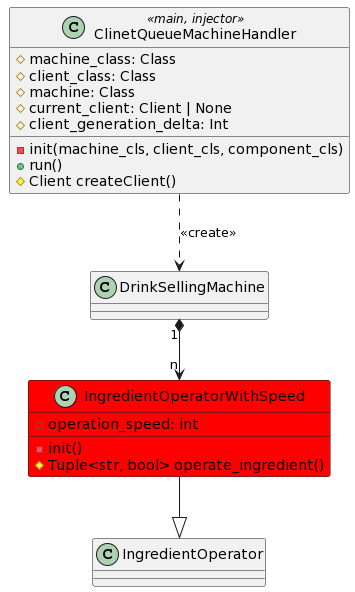
Before: ext1/ext1.png, a diagram exported from PlantUML (alexglekov/ppvis-glekov-drinks-selling-machine-uml). Its diagram source:
```plantuml
@startuml
class ClinetQueueMachineHandler <<main, injector>> {
  # machine_class: Class
  # client_class: Class
  # machine: Class
  # current_client: Client | None
  # client_generation_delta: Int

  - init(machine_cls, client_cls, component_cls)
  + run()
  # Client createClient()
}

class DrinkSellingMachine
class IngredientOperator

ClinetQueueMachineHandler ..> DrinkSellingMachine: <<create>>

class IngredientOperatorWithSpeed #red {
  -operation_speed: int

  - init()
  # Tuple<str, bool> operate_ingredient()
}

DrinkSellingMachine "1" *--> "n" IngredientOperatorWithSpeed
IngredientOperatorWithSpeed --|> IngredientOperator
@enduml
```
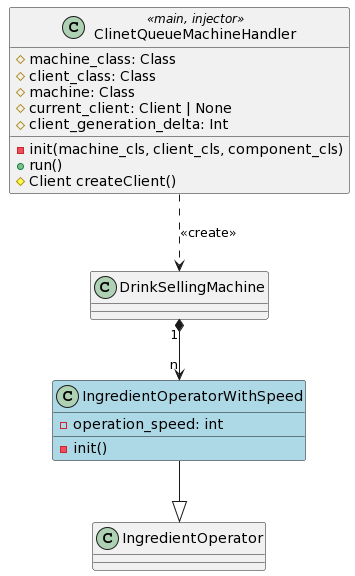
After the commit.

Commit message:
client: Fix UML 1-st ext

What changed in the source:
```diff
@@ -16,11 +16,10 @@
 
 ClinetQueueMachineHandler ..> DrinkSellingMachine: <<create>>
 
-class IngredientOperatorWithSpeed #red {
+class IngredientOperatorWithSpeed #lightblue {
   -operation_speed: int
 
   - init()
-  # Tuple<str, bool> operate_ingredient()
 }
 
 DrinkSellingMachine "1" *--> "n" IngredientOperatorWithSpeed
```
